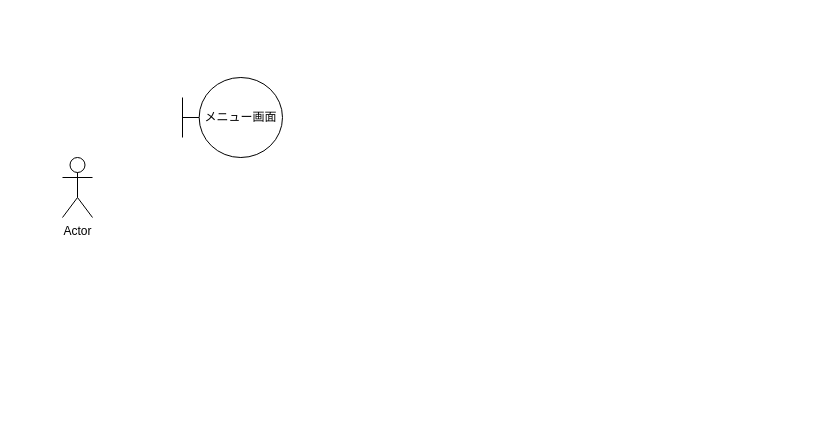
Before: group/3-3_総合演習1_BBショップ注文管理システム/ロバストネス図/lo_a_06_change.drawio in ko246/ohara_uml, a draw.io diagram. Source tidied: cells renumbered, new cells numbered last; positions are measured from the earlier drawing's top-left corner, leaving out a move shared by most shapes. Both pictures are drawn from the tidied source at 100%, with x=0, y=0 at pixel (62, 77).
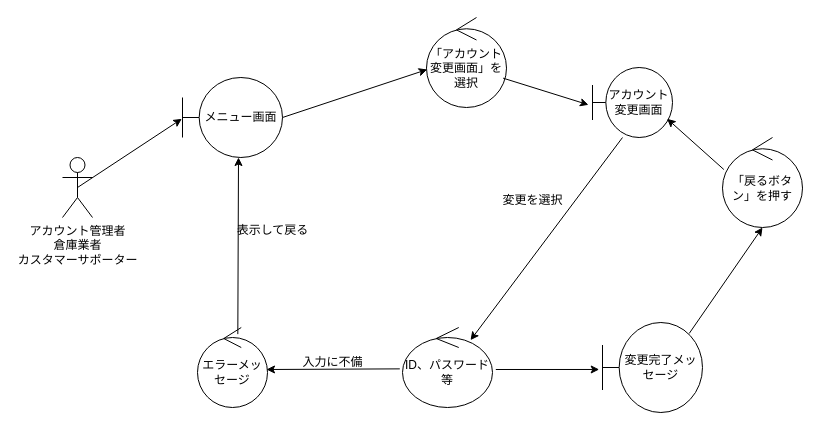
After the change.

Commit message:
変更のロバストネス図仮組み

The change refers to these unchanged cells:
```xml
<mxCell id="3" value="メニュー画面" style="shape=umlBoundary;whiteSpace=wrap;html=1;" parent="1" vertex="1">
  <mxGeometry x="120" width="100" height="80" as="geometry" />
</mxCell>
```

Diff of the diagram source:
```diff
@@
-    <mxCell id="2" value="Actor" style="shape=umlActor;verticalLabelPosition=bottom;verticalAlign=top;html=1;" parent="1" vertex="1">
+    <mxCell id="2" value="アカウント管理者&lt;div&gt;倉庫業者&lt;/div&gt;&lt;div&gt;カスタマーサポーター&lt;/div&gt;" style="shape=umlActor;verticalLabelPosition=bottom;verticalAlign=top;html=1;" parent="1" vertex="1">
       <mxGeometry y="80" width="30" height="60" as="geometry" />
     </mxCell>
@@
+    <mxCell id="4" value="「アカウント変更画面」を選択" style="ellipse;shape=umlControl;whiteSpace=wrap;html=1;" parent="1" vertex="1">
+      <mxGeometry x="364" y="-60" width="80" height="90" as="geometry" />
+    </mxCell>
+    <mxCell id="5" value="アカウント変更画面" style="shape=umlBoundary;whiteSpace=wrap;html=1;" parent="1" vertex="1">
+      <mxGeometry x="530" y="-10" width="80" height="70" as="geometry" />
+    </mxCell>
+    <mxCell id="6" value="ID、パスワード等" style="ellipse;shape=umlControl;whiteSpace=wrap;html=1;" parent="1" vertex="1">
+      <mxGeometry x="340" y="250" width="90" height="80" as="geometry" />
+    </mxCell>
+    <mxCell id="7" value="変更完了メッセージ" style="shape=umlBoundary;whiteSpace=wrap;html=1;" parent="1" vertex="1">
+      <mxGeometry x="540" y="245" width="100" height="90" as="geometry" />
+    </mxCell>
+    <mxCell id="8" value="「戻るボタン」を押す" style="ellipse;shape=umlControl;whiteSpace=wrap;html=1;" parent="1" vertex="1">
+      <mxGeometry x="660" y="60" width="80" height="90" as="geometry" />
+    </mxCell>
+    <mxCell id="9" value="エラーメッセージ" style="ellipse;shape=umlControl;whiteSpace=wrap;html=1;" parent="1" vertex="1">
+      <mxGeometry x="135" y="250" width="70" height="80" as="geometry" />
+    </mxCell>
+    <mxCell id="10" style="endArrow=classic;html=1;exitX=0.5;exitY=0.5;exitDx=0;exitDy=0;exitPerimeter=0;entryX=-0.007;entryY=0.517;entryDx=0;entryDy=0;entryPerimeter=0;" parent="1" edge="1" source="2" target="3">
+      <mxGeometry relative="1" as="geometry" />
+    </mxCell>
+    <mxCell id="11" style="endArrow=classic;html=1;exitX=1;exitY=0.5;exitDx=0;exitDy=0;exitPerimeter=0;entryX=0.008;entryY=0.578;entryDx=0;entryDy=0;entryPerimeter=0;" parent="1" edge="1" source="3" target="4">
+      <mxGeometry relative="1" as="geometry" />
+    </mxCell>
+    <mxCell id="12" style="endArrow=classic;html=1;exitX=0.958;exitY=0.674;exitDx=0;exitDy=0;exitPerimeter=0;entryX=-0.05;entryY=0.533;entryDx=0;entryDy=0;entryPerimeter=0;" parent="1" edge="1" source="4" target="5">
+      <mxGeometry relative="1" as="geometry" />
+    </mxCell>
+    <mxCell id="13" style="endArrow=classic;html=1;exitX=0.375;exitY=1;exitDx=0;exitDy=0;exitPerimeter=0;entryX=0.756;entryY=0.158;entryDx=0;entryDy=0;entryPerimeter=0;" parent="1" edge="1" source="5" target="6">
+      <mxGeometry relative="1" as="geometry" />
+    </mxCell>
+    <mxCell id="14" style="endArrow=classic;html=1;exitX=1.037;exitY=0.525;exitDx=0;exitDy=0;exitPerimeter=0;entryX=-0.033;entryY=0.522;entryDx=0;entryDy=0;entryPerimeter=0;" parent="1" edge="1" source="6" target="7">
+      <mxGeometry relative="1" as="geometry" />
+    </mxCell>
+    <mxCell id="15" style="endArrow=classic;html=1;exitX=0.867;exitY=0.122;exitDx=0;exitDy=0;exitPerimeter=0;entryX=0.5;entryY=1;entryDx=0;entryDy=0;entryPerimeter=0;" parent="1" edge="1" source="7" target="8">
+      <mxGeometry relative="1" as="geometry" />
+    </mxCell>
+    <mxCell id="16" style="endArrow=classic;html=1;exitX=0.017;exitY=0.356;exitDx=0;exitDy=0;exitPerimeter=0;entryX=0.933;entryY=0.733;entryDx=0;entryDy=0;entryPerimeter=0;" parent="1" edge="1" source="8" target="5">
+      <mxGeometry relative="1" as="geometry" />
+    </mxCell>
+    <mxCell id="17" style="endArrow=classic;html=1;exitX=-0.03;exitY=0.517;exitDx=0;exitDy=0;exitPerimeter=0;entryX=0.986;entryY=0.525;entryDx=0;entryDy=0;entryPerimeter=0;" parent="1" edge="1" source="6" target="9">
+      <mxGeometry relative="1" as="geometry" />
+    </mxCell>
+    <mxCell id="18" style="endArrow=classic;html=1;exitX=0.576;exitY=0.083;exitDx=0;exitDy=0;exitPerimeter=0;entryX=0.56;entryY=1;entryDx=0;entryDy=0;entryPerimeter=0;" parent="1" edge="1" source="9" target="3">
+      <mxGeometry relative="1" as="geometry" />
+    </mxCell>
+    <mxCell id="19" value="入力に不備" style="text;html=1;align=center;verticalAlign=middle;strokeColor=none;fillColor=none;" parent="1" vertex="1">
+      <mxGeometry x="230" y="270" width="80" height="30" as="geometry" />
+    </mxCell>
+    <mxCell id="20" value="表示して戻る" style="text;html=1;align=center;verticalAlign=middle;strokeColor=none;fillColor=none;" parent="1" vertex="1">
+      <mxGeometry x="160" y="138" width="100" height="30" as="geometry" />
+    </mxCell>
+    <mxCell id="21" value="変更を選択" style="text;html=1;align=center;verticalAlign=middle;strokeColor=none;fillColor=none;" parent="1" vertex="1">
+      <mxGeometry x="430" y="108" width="80" height="30" as="geometry" />
+    </mxCell>
```
